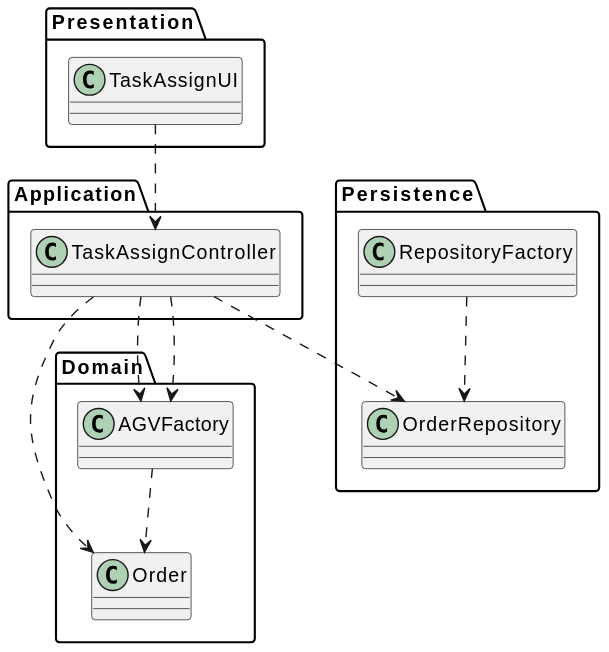
Above: Documentação/1190384/US4002/US4002_CD.svg in 1190772/LAB-Project-4 (PlantUML), before the change.
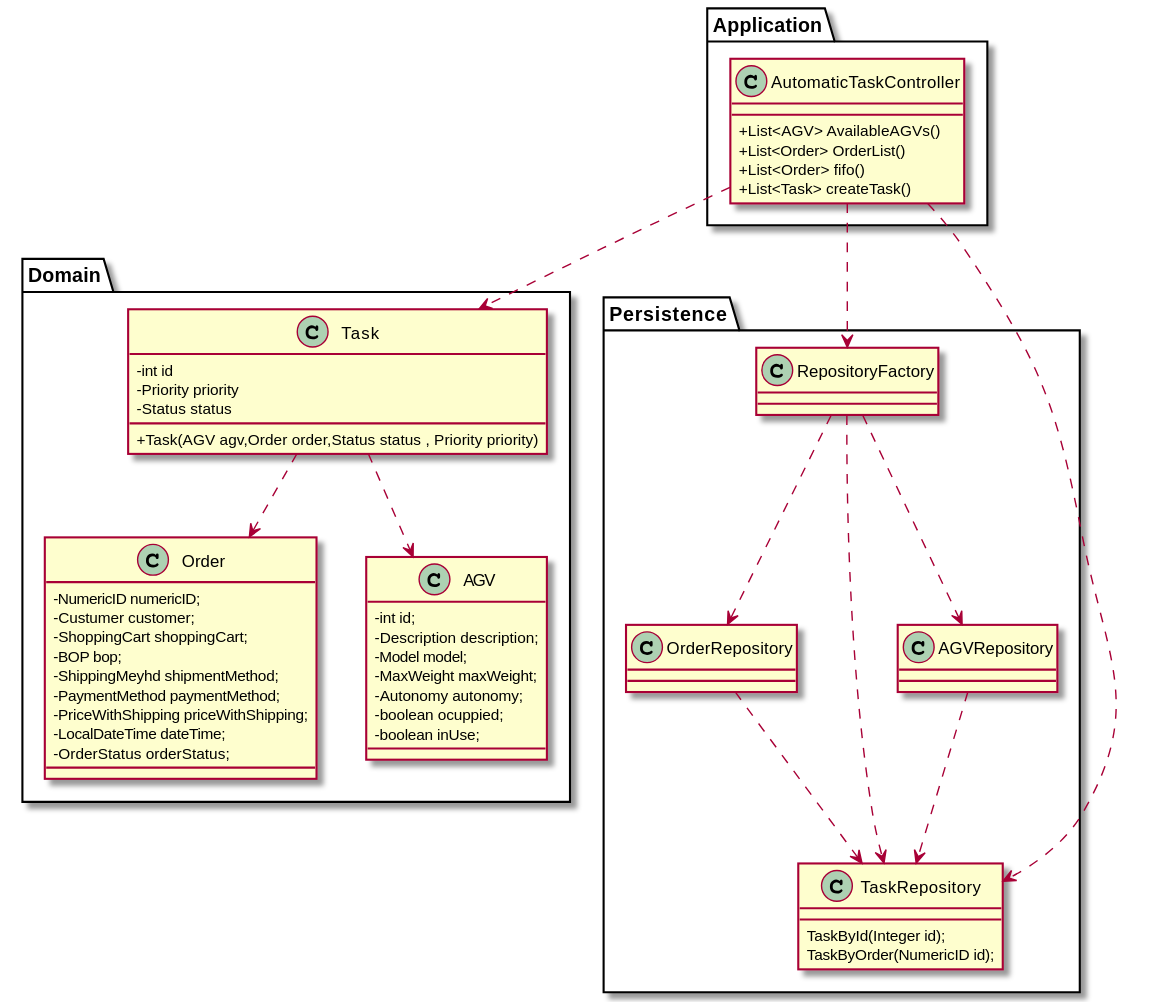
The same diagram one commit later.

What changed in the source:
```diff
@@ -2,14 +2,15 @@
 skinparam classAttributeIconSize 0
 
 
-Package Presentation{
-class TaskAssignUI {
-}
-}
+
 
 Package Application{
 
-class TaskAssignController {
+class AutomaticTaskController {
++List<AGV> AvailableAGVs()
++List<Order> OrderList()
++List<Order> fifo()
++List<Task> createTask()
 
 }
 }
@@ -17,14 +18,34 @@
 Package Domain{
 
 class Order {
-
+   -NumericID numericID;
+    -Custumer customer;
+    -ShoppingCart shoppingCart;
+    -BOP bop;
+    -ShippingMeyhd shipmentMethod;
+    -PaymentMethod paymentMethod;
+    -PriceWithShipping priceWithShipping;
+    -LocalDateTime dateTime;
+    -OrderStatus orderStatus;
 
 }
 
-class AGVFactory{
+class Task{
+ -int id
+  -Priority priority
+ -Status status
+ +Task(AGV agv,Order order,Status status , Priority priority)
 }
 
-
+class AGV{
+     -int id;
+     -Description description;
+     -Model model;
+     -MaxWeight maxWeight;
+     -Autonomy autonomy;
+     -boolean ocuppied;
+     -boolean inUse;
+}
 }
 
 
@@ -36,15 +57,30 @@
 class OrderRepository{
 
 }
+class TaskRepository{
+TaskById(Integer id);
+TaskByOrder(NumericID id);
+
+}
+class AGVRepository{
+
+}
 
 
 }
 
-TaskAssignUI ..> TaskAssignController
-TaskAssignController ..> Order
-TaskAssignController ..> OrderRepository
-TaskAssignController ..> AGVFactory
-TaskAssignController ..> AGVFactory
+
+AutomaticTaskController ..> Task
+AutomaticTaskController ..> TaskRepository
+AutomaticTaskController ..> RepositoryFactory
 RepositoryFactory ..> OrderRepository
-AGVFactory..> Order
+RepositoryFactory ..> TaskRepository
+RepositoryFactory ..> AGVRepository
+OrderRepository ..> TaskRepository
+AGVRepository ..> TaskRepository
+Task ..> Order
+Task ..> AGV
+
+
+
 @enduml
```
